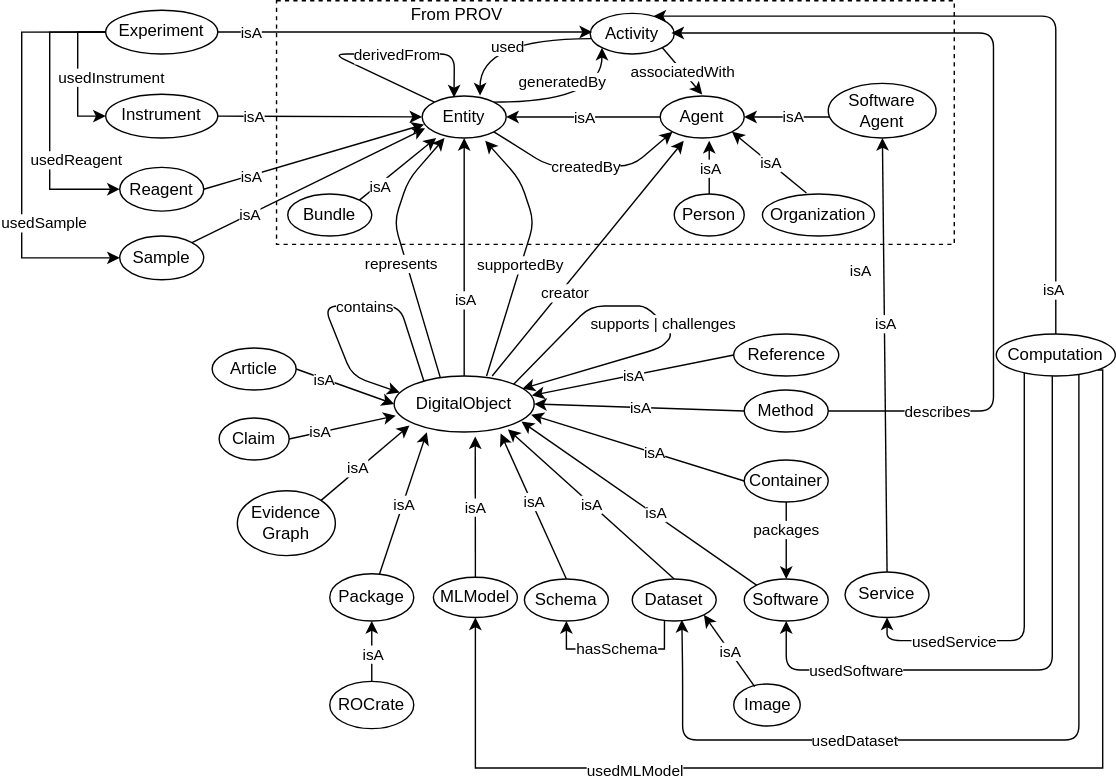
The draw.io diagram resources/images/v13/EVI-v-1-3.svg in fairscape/EVI, before a commit. Source tidied: cells renumbered, new cells last; positions are measured from the earlier drawing's top-left corner, leaving out a move shared by most shapes.
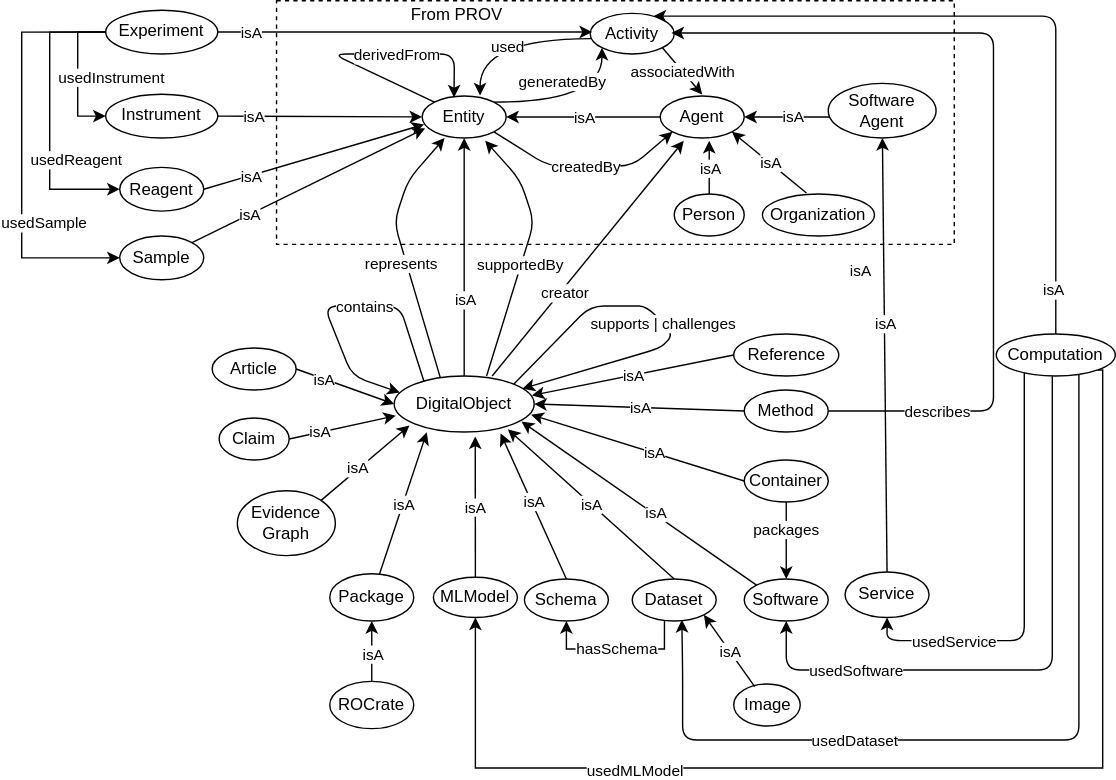
After the commit.

Change to the diagram source:
```diff
@@ -368,17 +368,6 @@
     <mxCell id="84" value="Software&lt;br&gt;Agent" style="ellipse;whiteSpace=wrap;html=1;" parent="1" vertex="1">
       <mxGeometry x="576" y="59" width="77" height="39" as="geometry" />
     </mxCell>
-    <mxCell id="85" style="edgeStyle=none;rounded=0;jettySize=auto;html=1;exitX=1;exitY=0;exitDx=0;exitDy=0;" parent="1" edge="1" source="87">
-      <mxGeometry relative="1" as="geometry">
-        <mxPoint x="296" y="98" as="targetPoint" />
-      </mxGeometry>
-    </mxCell>
-    <mxCell id="86" value="isA" style="edgeLabel;html=1;align=center;verticalAlign=middle;" parent="85" vertex="1">
-      <mxGeometry x="-0.51" y="-1" relative="1" as="geometry" />
-    </mxCell>
-    <mxCell id="87" value="Bundle" style="ellipse;whiteSpace=wrap;html=1;" parent="1" vertex="1">
-      <mxGeometry x="190" y="138" width="60" height="30" as="geometry" />
-    </mxCell>
     <mxCell id="88" style="endArrow=classic;html=1;exitX=0.5;exitY=0;exitDx=0;exitDy=0;" parent="1" edge="1" source="83">
       <mxGeometry relative="1" as="geometry">
         <mxPoint x="342" y="309" as="targetPoint" />
```
